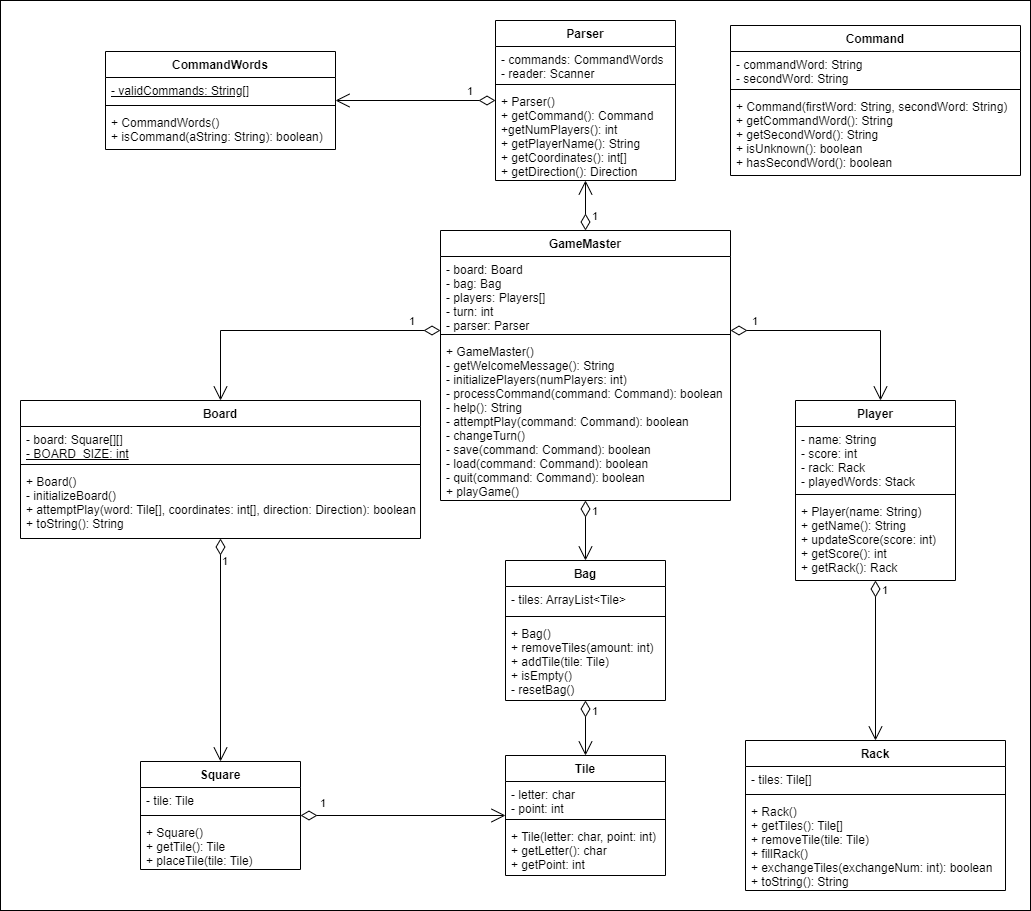
Earlier version of the draw.io export src/ScrabbleUML.png (charles-55/ScrabbleGame). Source tidied: cells renumbered, new cells last; positions are measured from the earlier drawing's top-left corner, leaving out a move shared by most shapes.
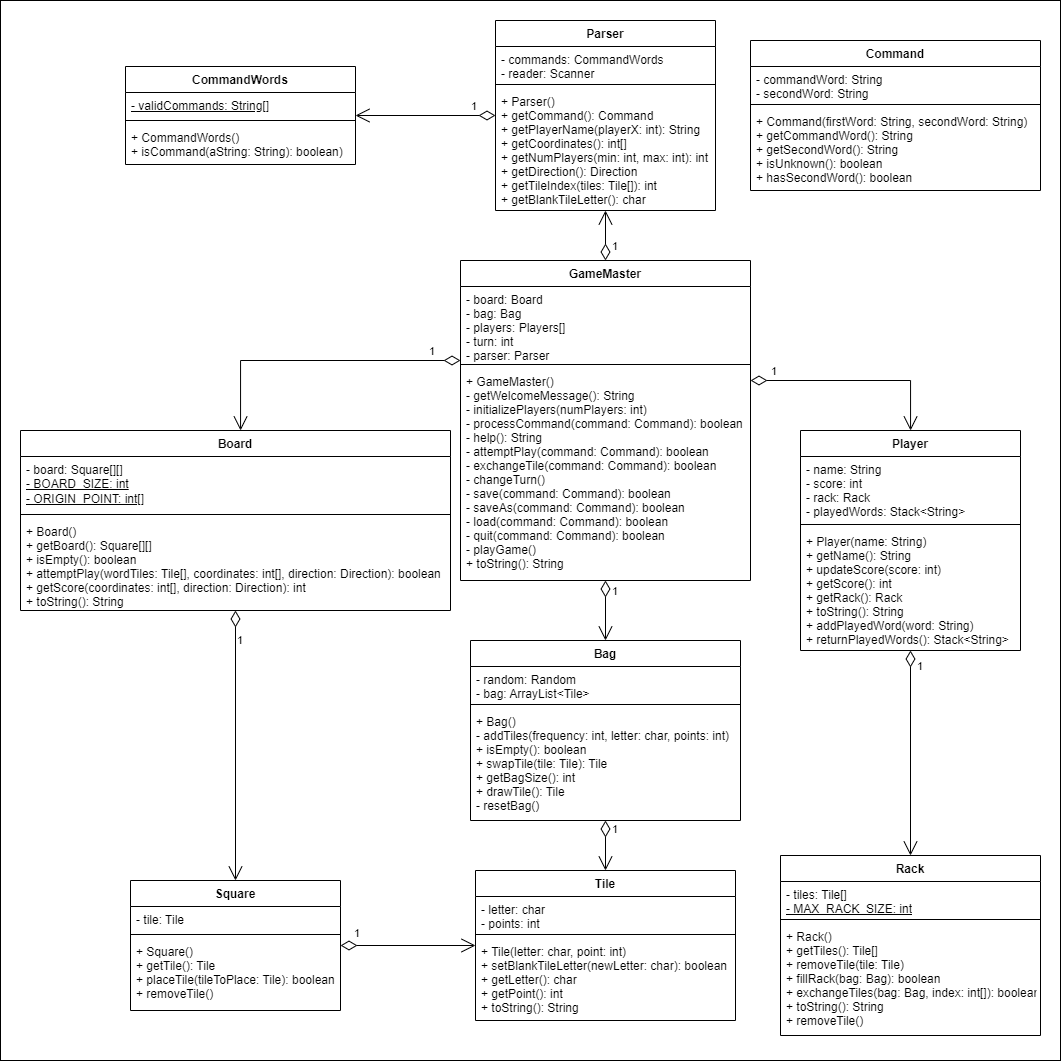
The same file after the commit.

Diff of the diagram source:
```diff
@@ -3,10 +3,10 @@
     <mxCell id="0" />
     <mxCell id="1" parent="0" />
     <mxCell id="2" style="html=1;" parent="1" vertex="1">
-      <mxGeometry width="1030" height="910" as="geometry" />
+      <mxGeometry x="-20" y="-50" width="1060" height="1060" as="geometry" />
     </mxCell>
     <mxCell id="3" value="GameMaster" style="swimlane;fontStyle=1;align=center;verticalAlign=top;horizontal=1;startSize=26;" parent="1" vertex="1">
-      <mxGeometry x="440" y="230" width="290" height="270" as="geometry" />
+      <mxGeometry x="440" y="210" width="290" height="320" as="geometry" />
     </mxCell>
     <mxCell id="4" value="- board: Board&#10;- bag: Bag&#10;- players: Players[]&#10;- turn: int&#10;- parser: Parser" style="text;strokeColor=none;fillColor=none;align=left;verticalAlign=top;spacingLeft=4;spacingRight=4;overflow=hidden;" parent="3" vertex="1">
       <mxGeometry y="26" width="290" height="74" as="geometry" />
@@ -14,85 +14,85 @@
     <mxCell id="5" style="line;strokeWidth=1;fillColor=none;align=left;verticalAlign=middle;spacingTop=-1;spacingLeft=3;spacingRight=3;labelPosition=right;strokeColor=inherit;" parent="3" vertex="1">
       <mxGeometry y="100" width="290" height="8" as="geometry" />
     </mxCell>
-    <mxCell id="6" value="+ GameMaster()&#10;- getWelcomeMessage(): String&#10;- initializePlayers(numPlayers: int)&#10;- processCommand(command: Command): boolean&#10;- help(): String&#10;- attemptPlay(command: Command): boolean&#10;- changeTurn()&#10;- save(command: Command): boolean&#10;- load(command: Command): boolean&#10;- quit(command: Command): boolean&#10;+ playGame()" style="text;strokeColor=none;fillColor=none;align=left;verticalAlign=top;spacingLeft=4;spacingRight=4;overflow=hidden;" parent="3" vertex="1">
-      <mxGeometry y="108" width="290" height="162" as="geometry" />
+    <mxCell id="6" value="+ GameMaster()&#10;- getWelcomeMessage(): String&#10;- initializePlayers(numPlayers: int)&#10;- processCommand(command: Command): boolean&#10;- help(): String&#10;- attemptPlay(command: Command): boolean&#10;- exchangeTile(command: Command): boolean&#10;- changeTurn()&#10;- save(command: Command): boolean&#10;- saveAs(command: Command): boolean&#10;- load(command: Command): boolean&#10;- quit(command: Command): boolean&#10;- playGame()&#10;+ toString(): String" style="text;strokeColor=none;fillColor=none;align=left;verticalAlign=top;spacingLeft=4;spacingRight=4;overflow=hidden;" parent="3" vertex="1">
+      <mxGeometry y="108" width="290" height="212" as="geometry" />
     </mxCell>
     <mxCell id="7" value="Board" style="swimlane;fontStyle=1;align=center;verticalAlign=top;horizontal=1;startSize=26;" parent="1" vertex="1">
-      <mxGeometry x="20" y="400" width="400" height="138" as="geometry" />
+      <mxGeometry y="380" width="430" height="180" as="geometry" />
     </mxCell>
-    <mxCell id="8" value="- board: Square[][]&lt;br&gt;&lt;u&gt;- BOARD_SIZE: int&lt;/u&gt;" style="text;strokeColor=none;fillColor=none;align=left;verticalAlign=top;spacingLeft=4;spacingRight=4;overflow=hidden;html=1;" parent="7" vertex="1">
-      <mxGeometry y="26" width="400" height="34" as="geometry" />
+    <mxCell id="8" value="- board: Square[][]&lt;br&gt;&lt;u&gt;- BOARD_SIZE: int&lt;br&gt;- ORIGIN_POINT: int[]&lt;br&gt;&lt;/u&gt;" style="text;strokeColor=none;fillColor=none;align=left;verticalAlign=top;spacingLeft=4;spacingRight=4;overflow=hidden;html=1;" parent="7" vertex="1">
+      <mxGeometry y="26" width="430" height="54" as="geometry" />
     </mxCell>
     <mxCell id="9" style="line;strokeWidth=1;fillColor=none;align=left;verticalAlign=middle;spacingTop=-1;spacingLeft=3;spacingRight=3;labelPosition=right;strokeColor=inherit;" parent="7" vertex="1">
-      <mxGeometry y="60" width="400" height="8" as="geometry" />
+      <mxGeometry y="80" width="430" height="8" as="geometry" />
     </mxCell>
-    <mxCell id="10" value="+ Board()&#10;- initializeBoard()&#10;+ attemptPlay(word: Tile[], coordinates: int[], direction: Direction): boolean&#10;+ toString(): String" style="text;strokeColor=none;fillColor=none;align=left;verticalAlign=top;spacingLeft=4;spacingRight=4;overflow=hidden;" parent="7" vertex="1">
-      <mxGeometry y="68" width="400" height="70" as="geometry" />
+    <mxCell id="10" value="+ Board()&#10;+ getBoard(): Square[][]&#10;+ isEmpty(): boolean&#10;+ attemptPlay(wordTiles: Tile[], coordinates: int[], direction: Direction): boolean&#10;+ getScore(coordinates: int[], direction: Direction): int&#10;+ toString(): String" style="text;strokeColor=none;fillColor=none;align=left;verticalAlign=top;spacingLeft=4;spacingRight=4;overflow=hidden;" parent="7" vertex="1">
+      <mxGeometry y="88" width="430" height="92" as="geometry" />
     </mxCell>
     <mxCell id="11" value="Bag" style="swimlane;fontStyle=1;align=center;verticalAlign=top;horizontal=1;startSize=26;" parent="1" vertex="1">
-      <mxGeometry x="505" y="560" width="160" height="140" as="geometry" />
+      <mxGeometry x="450" y="590" width="270" height="180" as="geometry" />
     </mxCell>
-    <mxCell id="12" value="- tiles: ArrayList&lt;Tile&gt;" style="text;strokeColor=none;fillColor=none;align=left;verticalAlign=top;spacingLeft=4;spacingRight=4;overflow=hidden;" parent="11" vertex="1">
-      <mxGeometry y="26" width="160" height="26" as="geometry" />
+    <mxCell id="12" value="- random: Random&#10;- bag: ArrayList&lt;Tile&gt;" style="text;strokeColor=none;fillColor=none;align=left;verticalAlign=top;spacingLeft=4;spacingRight=4;overflow=hidden;" parent="11" vertex="1">
+      <mxGeometry y="26" width="270" height="34" as="geometry" />
     </mxCell>
     <mxCell id="13" style="line;strokeWidth=1;fillColor=none;align=left;verticalAlign=middle;spacingTop=-1;spacingLeft=3;spacingRight=3;labelPosition=right;strokeColor=inherit;" parent="11" vertex="1">
-      <mxGeometry y="52" width="160" height="8" as="geometry" />
+      <mxGeometry y="60" width="270" height="8" as="geometry" />
     </mxCell>
-    <mxCell id="14" value="+ Bag()&#10;+ removeTiles(amount: int)&#10;+ addTile(tile: Tile)&#10;+ isEmpty()&#10;- resetBag()" style="text;strokeColor=none;fillColor=none;align=left;verticalAlign=top;spacingLeft=4;spacingRight=4;overflow=hidden;" parent="11" vertex="1">
-      <mxGeometry y="60" width="160" height="80" as="geometry" />
+    <mxCell id="14" value="+ Bag()&#10;- addTiles(frequency: int, letter: char, points: int)&#10;+ isEmpty(): boolean&#10;+ swapTile(tile: Tile): Tile&#10;+ getBagSize(): int&#10;+ drawTile(): Tile&#10;- resetBag()" style="text;strokeColor=none;fillColor=none;align=left;verticalAlign=top;spacingLeft=4;spacingRight=4;overflow=hidden;" parent="11" vertex="1">
+      <mxGeometry y="68" width="270" height="112" as="geometry" />
     </mxCell>
     <mxCell id="15" value="Square" style="swimlane;fontStyle=1;align=center;verticalAlign=top;horizontal=1;startSize=26;" parent="1" vertex="1">
-      <mxGeometry x="140" y="761" width="160" height="108" as="geometry" />
+      <mxGeometry x="110" y="830" width="210" height="130" as="geometry" />
     </mxCell>
     <mxCell id="16" value="- tile: Tile" style="text;strokeColor=none;fillColor=none;align=left;verticalAlign=top;spacingLeft=4;spacingRight=4;overflow=hidden;" parent="15" vertex="1">
-      <mxGeometry y="26" width="160" height="24" as="geometry" />
+      <mxGeometry y="26" width="210" height="24" as="geometry" />
     </mxCell>
     <mxCell id="17" style="line;strokeWidth=1;fillColor=none;align=left;verticalAlign=middle;spacingTop=-1;spacingLeft=3;spacingRight=3;labelPosition=right;strokeColor=inherit;" parent="15" vertex="1">
-      <mxGeometry y="50" width="160" height="8" as="geometry" />
+      <mxGeometry y="50" width="210" height="8" as="geometry" />
     </mxCell>
-    <mxCell id="18" value="+ Square()&#10;+ getTile(): Tile&#10;+ placeTile(tile: Tile)" style="text;strokeColor=none;fillColor=none;align=left;verticalAlign=top;spacingLeft=4;spacingRight=4;overflow=hidden;" parent="15" vertex="1">
-      <mxGeometry y="58" width="160" height="50" as="geometry" />
+    <mxCell id="18" value="+ Square()&#10;+ getTile(): Tile&#10;+ placeTile(tileToPlace: Tile): boolean&#10;+ removeTile()" style="text;strokeColor=none;fillColor=none;align=left;verticalAlign=top;spacingLeft=4;spacingRight=4;overflow=hidden;" parent="15" vertex="1">
+      <mxGeometry y="58" width="210" height="72" as="geometry" />
     </mxCell>
     <mxCell id="19" value="Tile" style="swimlane;fontStyle=1;align=center;verticalAlign=top;horizontal=1;startSize=26;" parent="1" vertex="1">
-      <mxGeometry x="505" y="755" width="160" height="120" as="geometry" />
+      <mxGeometry x="455" y="820" width="260" height="150" as="geometry" />
     </mxCell>
-    <mxCell id="20" value="- letter: char&#10;- point: int" style="text;strokeColor=none;fillColor=none;align=left;verticalAlign=top;spacingLeft=4;spacingRight=4;overflow=hidden;" parent="19" vertex="1">
-      <mxGeometry y="26" width="160" height="34" as="geometry" />
+    <mxCell id="20" value="- letter: char&#10;- points: int" style="text;strokeColor=none;fillColor=none;align=left;verticalAlign=top;spacingLeft=4;spacingRight=4;overflow=hidden;" parent="19" vertex="1">
+      <mxGeometry y="26" width="260" height="34" as="geometry" />
     </mxCell>
     <mxCell id="21" style="line;strokeWidth=1;fillColor=none;align=left;verticalAlign=middle;spacingTop=-1;spacingLeft=3;spacingRight=3;labelPosition=right;strokeColor=inherit;" parent="19" vertex="1">
-      <mxGeometry y="60" width="160" height="8" as="geometry" />
+      <mxGeometry y="60" width="260" height="8" as="geometry" />
     </mxCell>
-    <mxCell id="22" value="+ Tile(letter: char, point: int)&#10;+ getLetter(): char&#10;+ getPoint: int" style="text;strokeColor=none;fillColor=none;align=left;verticalAlign=top;spacingLeft=4;spacingRight=4;overflow=hidden;" parent="19" vertex="1">
-      <mxGeometry y="68" width="160" height="52" as="geometry" />
+    <mxCell id="22" value="+ Tile(letter: char, point: int)&#10;+ setBlankTileLetter(newLetter: char): boolean&#10;+ getLetter(): char&#10;+ getPoint(): int&#10;+ toString(): String" style="text;strokeColor=none;fillColor=none;align=left;verticalAlign=top;spacingLeft=4;spacingRight=4;overflow=hidden;" parent="19" vertex="1">
+      <mxGeometry y="68" width="260" height="82" as="geometry" />
     </mxCell>
     <mxCell id="23" value="Player" style="swimlane;fontStyle=1;align=center;verticalAlign=top;horizontal=1;startSize=26;" parent="1" vertex="1">
-      <mxGeometry x="795" y="400" width="160" height="180" as="geometry" />
+      <mxGeometry x="780" y="380" width="220" height="220" as="geometry" />
     </mxCell>
-    <mxCell id="24" value="- name: String&#10;- score: int&#10;- rack: Rack&#10;- playedWords: Stack" style="text;strokeColor=none;fillColor=none;align=left;verticalAlign=top;spacingLeft=4;spacingRight=4;overflow=hidden;" parent="23" vertex="1">
-      <mxGeometry y="26" width="160" height="64" as="geometry" />
+    <mxCell id="24" value="- name: String&#10;- score: int&#10;- rack: Rack&#10;- playedWords: Stack&lt;String&gt;" style="text;strokeColor=none;fillColor=none;align=left;verticalAlign=top;spacingLeft=4;spacingRight=4;overflow=hidden;" parent="23" vertex="1">
+      <mxGeometry y="26" width="220" height="64" as="geometry" />
     </mxCell>
     <mxCell id="25" style="line;strokeWidth=1;fillColor=none;align=left;verticalAlign=middle;spacingTop=-1;spacingLeft=3;spacingRight=3;labelPosition=right;strokeColor=inherit;" parent="23" vertex="1">
-      <mxGeometry y="90" width="160" height="8" as="geometry" />
+      <mxGeometry y="90" width="220" height="8" as="geometry" />
     </mxCell>
-    <mxCell id="26" value="+ Player(name: String)&#10;+ getName(): String&#10;+ updateScore(score: int)&#10;+ getScore(): int&#10;+ getRack(): Rack" style="text;strokeColor=none;fillColor=none;align=left;verticalAlign=top;spacingLeft=4;spacingRight=4;overflow=hidden;" parent="23" vertex="1">
-      <mxGeometry y="98" width="160" height="82" as="geometry" />
+    <mxCell id="26" value="+ Player(name: String)&#10;+ getName(): String&#10;+ updateScore(score: int)&#10;+ getScore(): int&#10;+ getRack(): Rack&#10;+ toString(): String&#10;+ addPlayedWord(word: String)&#10;+ returnPlayedWords(): Stack&lt;String&gt;" style="text;strokeColor=none;fillColor=none;align=left;verticalAlign=top;spacingLeft=4;spacingRight=4;overflow=hidden;" parent="23" vertex="1">
+      <mxGeometry y="98" width="220" height="122" as="geometry" />
     </mxCell>
     <mxCell id="27" value="Rack" style="swimlane;fontStyle=1;align=center;verticalAlign=top;horizontal=1;startSize=26;" parent="1" vertex="1">
-      <mxGeometry x="745" y="740" width="260" height="150" as="geometry" />
+      <mxGeometry x="760" y="805" width="260" height="180" as="geometry" />
     </mxCell>
-    <mxCell id="28" value="- tiles: Tile[]" style="text;strokeColor=none;fillColor=none;align=left;verticalAlign=top;spacingLeft=4;spacingRight=4;overflow=hidden;" parent="27" vertex="1">
-      <mxGeometry y="26" width="260" height="24" as="geometry" />
+    <mxCell id="28" value="- tiles: Tile[]&lt;br&gt;&lt;u&gt;- MAX_RACK_SIZE: int&lt;/u&gt;" style="text;strokeColor=none;fillColor=none;align=left;verticalAlign=top;spacingLeft=4;spacingRight=4;overflow=hidden;html=1;" parent="27" vertex="1">
+      <mxGeometry y="26" width="260" height="34" as="geometry" />
     </mxCell>
     <mxCell id="29" style="line;strokeWidth=1;fillColor=none;align=left;verticalAlign=middle;spacingTop=-1;spacingLeft=3;spacingRight=3;labelPosition=right;strokeColor=inherit;" parent="27" vertex="1">
-      <mxGeometry y="50" width="260" height="8" as="geometry" />
+      <mxGeometry y="60" width="260" height="8" as="geometry" />
     </mxCell>
-    <mxCell id="30" value="+ Rack()&#10;+ getTiles(): Tile[]&#10;+ removeTile(tile: Tile)&#10;+ fillRack()&#10;+ exchangeTiles(exchangeNum: int): boolean&#10;+ toString(): String" style="text;strokeColor=none;fillColor=none;align=left;verticalAlign=top;spacingLeft=4;spacingRight=4;overflow=hidden;" parent="27" vertex="1">
-      <mxGeometry y="58" width="260" height="92" as="geometry" />
+    <mxCell id="30" value="+ Rack()&#10;+ getTiles(): Tile[]&#10;+ removeTile(tile: Tile)&#10;+ fillRack(bag: Bag): boolean&#10;+ exchangeTiles(bag: Bag, index: int[]): boolean&#10;+ toString(): String&#10;+ removeTile()" style="text;strokeColor=none;fillColor=none;align=left;verticalAlign=top;spacingLeft=4;spacingRight=4;overflow=hidden;" parent="27" vertex="1">
+      <mxGeometry y="68" width="260" height="112" as="geometry" />
     </mxCell>
     <mxCell id="31" value="1" style="endArrow=open;html=1;endSize=12;startArrow=diamondThin;startSize=14;startFill=0;edgeStyle=orthogonalEdgeStyle;align=left;verticalAlign=bottom;rounded=0;" parent="1" edge="1" source="3" target="7">
       <mxGeometry x="-0.77" relative="1" as="geometry">
         <Array as="points">
-          <mxPoint x="220" y="330" />
+          <mxPoint x="220" y="310" />
         </Array>
       </mxGeometry>
     </mxCell>
@@ -102,7 +102,7 @@
     <mxCell id="33" value="1" style="endArrow=open;html=1;endSize=12;startArrow=diamondThin;startSize=14;startFill=0;edgeStyle=orthogonalEdgeStyle;align=left;verticalAlign=bottom;rounded=0;" parent="1" edge="1" source="3" target="23">
       <mxGeometry x="-0.82" relative="1" as="geometry">
         <Array as="points">
-          <mxPoint x="880" y="330" />
+          <mxPoint x="890" y="330" />
         </Array>
       </mxGeometry>
     </mxCell>
@@ -119,19 +119,19 @@
       <mxGeometry x="-0.83" y="3" relative="1" as="geometry" />
     </mxCell>
     <mxCell id="38" value="Parser" style="swimlane;fontStyle=1;align=center;verticalAlign=top;horizontal=1;startSize=26;" parent="1" vertex="1">
-      <mxGeometry x="495" y="20" width="180" height="160" as="geometry" />
+      <mxGeometry x="475" y="-30" width="220" height="190" as="geometry" />
     </mxCell>
     <mxCell id="39" value="- commands: CommandWords&#10;- reader: Scanner" style="text;strokeColor=none;fillColor=none;align=left;verticalAlign=top;spacingLeft=4;spacingRight=4;overflow=hidden;" parent="38" vertex="1">
-      <mxGeometry y="26" width="180" height="34" as="geometry" />
+      <mxGeometry y="26" width="220" height="34" as="geometry" />
     </mxCell>
     <mxCell id="40" style="line;strokeWidth=1;fillColor=none;align=left;verticalAlign=middle;spacingTop=-1;spacingLeft=3;spacingRight=3;labelPosition=right;strokeColor=inherit;" parent="38" vertex="1">
-      <mxGeometry y="60" width="180" height="8" as="geometry" />
+      <mxGeometry y="60" width="220" height="8" as="geometry" />
     </mxCell>
-    <mxCell id="41" value="+ Parser()&#10;+ getCommand(): Command&#10;+getNumPlayers(): int&#10;+ getPlayerName(): String&#10;+ getCoordinates(): int[]&#10;+ getDirection(): Direction" style="text;strokeColor=none;fillColor=none;align=left;verticalAlign=top;spacingLeft=4;spacingRight=4;overflow=hidden;" parent="38" vertex="1">
-      <mxGeometry y="68" width="180" height="92" as="geometry" />
+    <mxCell id="41" value="+ Parser()&#10;+ getCommand(): Command&#10;+ getPlayerName(playerX: int): String&#10;+ getCoordinates(): int[]&#10;+ getNumPlayers(min: int, max: int): int&#10;+ getDirection(): Direction&#10;+ getTileIndex(tiles: Tile[]): int&#10;+ getBlankTileLetter(): char" style="text;strokeColor=none;fillColor=none;align=left;verticalAlign=top;spacingLeft=4;spacingRight=4;overflow=hidden;" parent="38" vertex="1">
+      <mxGeometry y="68" width="220" height="122" as="geometry" />
     </mxCell>
     <mxCell id="42" value="CommandWords" style="swimlane;fontStyle=1;align=center;verticalAlign=top;horizontal=1;startSize=26;" parent="1" vertex="1">
-      <mxGeometry x="105" y="51" width="230" height="98" as="geometry" />
+      <mxGeometry x="105" y="16" width="230" height="98" as="geometry" />
     </mxCell>
     <mxCell id="43" value="&lt;u&gt;- validCommands: String[]&lt;/u&gt;" style="text;strokeColor=none;fillColor=none;align=left;verticalAlign=top;spacingLeft=4;spacingRight=4;overflow=hidden;html=1;" parent="42" vertex="1">
       <mxGeometry y="26" width="230" height="24" as="geometry" />
@@ -143,7 +143,7 @@
       <mxGeometry y="58" width="230" height="40" as="geometry" />
     </mxCell>
     <mxCell id="46" value="Command" style="swimlane;fontStyle=1;align=center;verticalAlign=top;horizontal=1;startSize=26;" parent="1" vertex="1">
-      <mxGeometry x="730" y="25" width="290" height="150" as="geometry" />
+      <mxGeometry x="730" y="-10" width="290" height="150" as="geometry" />
     </mxCell>
     <mxCell id="47" value="- commandWord: String&#10;- secondWord: String" style="text;strokeColor=none;fillColor=none;align=left;verticalAlign=top;spacingLeft=4;spacingRight=4;overflow=hidden;" parent="46" vertex="1">
       <mxGeometry y="26" width="290" height="34" as="geometry" />
```
